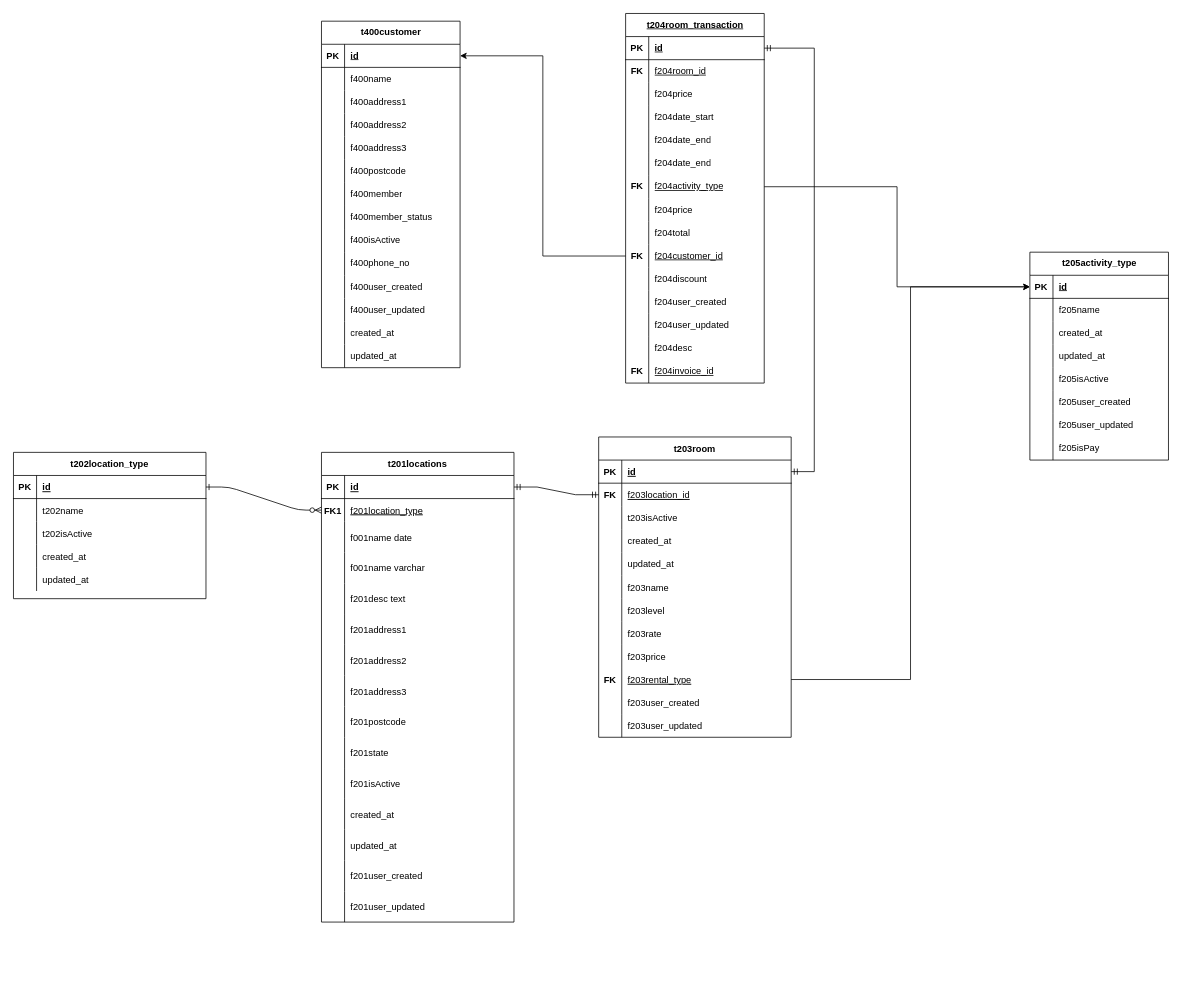
This is page "Rental Activity" (1 of 3) of rentall_app.drawio from harishaikal940322/diagram, a draw.io file, before an edit. Source tidied: cells renumbered, new cells numbered last; positions are measured from the earlier drawing's top-left corner, leaving out a move shared by most shapes. Both pictures are drawn from the tidied source at 77%, with x=0, y=0 at pixel (13, 13).
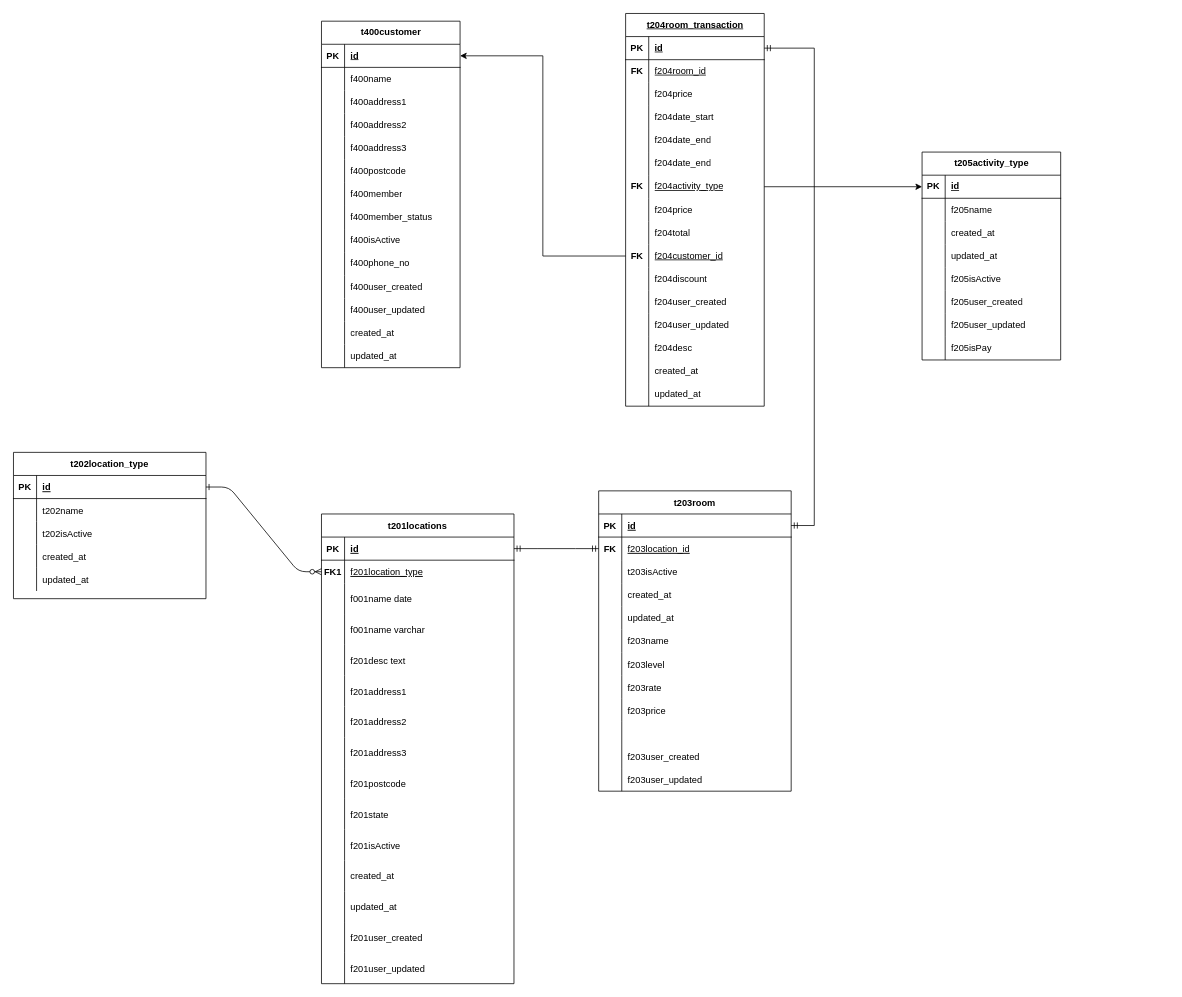
After the change.

Unchanged cells that the change refers to:
```xml
<mxCell id="93" style="shape=partialRectangle;fillColor=none;points=[[0,0.5],[1,0.5]];portConstraint=eastwest;top=0;left=0;right=0;bottom=0;" parent="65" vertex="1">
  <mxGeometry y="300" width="250" height="30" as="geometry" />
</mxCell>
<mxCell id="145" style="shape=tableRow;horizontal=0;startSize=0;swimlaneHead=0;swimlaneBody=0;fillColor=none;top=0;left=0;right=0;bottom=0;" parent="102" vertex="1">
  <mxGeometry y="450" width="180" height="30" as="geometry" />
</mxCell>
<mxCell id="151" style="shape=tableRow;horizontal=0;startSize=0;swimlaneHead=0;swimlaneBody=0;fillColor=none;points=[[0,0.5],[1,0.5]];portConstraint=eastwest;top=0;left=0;right=0;bottom=1;" parent="150" vertex="1">
  <mxGeometry y="30" width="180" height="30" as="geometry" />
</mxCell>
```

The edit, as a diff of the source:
```diff
@@
     <mxCell id="3" value="t201locations" style="shape=table;startSize=30;childLayout=tableLayout;rowLines=0;fontStyle=1;align=center;" parent="1" vertex="1">
-      <mxGeometry x="400" y="570" width="250" height="610" as="geometry" />
+      <mxGeometry x="400" y="650" width="250" height="610" as="geometry" />
     </mxCell>
@@
     <mxCell id="65" value="t203room" style="shape=table;startSize=30;childLayout=tableLayout;rowLines=0;fontStyle=1;align=center;" parent="1" vertex="1">
-      <mxGeometry x="760" y="550" width="250" height="390" as="geometry" />
+      <mxGeometry x="760" y="620" width="250" height="390" as="geometry" />
     </mxCell>
@@
-    <mxCell id="94" value="FK" style="shape=partialRectangle;overflow=hidden;fillColor=none;top=0;left=0;bottom=0;right=0;fontStyle=1;" parent="93" vertex="1">
+    <mxCell id="94" style="shape=partialRectangle;overflow=hidden;fillColor=none;top=0;left=0;bottom=0;right=0;fontStyle=1;" parent="93" vertex="1">
       <mxGeometry width="30" height="30" as="geometry" />
     </mxCell>
-    <mxCell id="95" value="f203rental_type" style="shape=partialRectangle;overflow=hidden;fillColor=none;top=0;left=0;bottom=0;right=0;align=left;spacingLeft=6;fontStyle=4;" parent="93" vertex="1">
+    <mxCell id="95" style="shape=partialRectangle;overflow=hidden;fillColor=none;top=0;left=0;bottom=0;right=0;align=left;spacingLeft=6;fontStyle=4;" parent="93" vertex="1">
       <mxGeometry x="30" width="220" height="30" as="geometry" />
     </mxCell>
@@
     <mxCell id="102" value="t204room_transaction" style="shape=table;startSize=30;childLayout=tableLayout;rowLines=0;fontStyle=5;align=center;html=1;" parent="1" vertex="1">
-      <mxGeometry x="795" width="180" height="480" as="geometry" />
+      <mxGeometry x="795" width="180" height="510" as="geometry" />
     </mxCell>
@@
-    <mxCell id="146" value="&lt;b&gt;FK&lt;/b&gt;" style="shape=partialRectangle;fillColor=none;top=0;left=0;bottom=0;right=0;overflow=hidden;whiteSpace=wrap;html=1;" parent="145" vertex="1">
+    <mxCell id="146" style="shape=partialRectangle;fillColor=none;top=0;left=0;bottom=0;right=0;overflow=hidden;whiteSpace=wrap;html=1;" parent="145" vertex="1">
       <mxGeometry width="30" height="30" as="geometry" />
     </mxCell>
-    <mxCell id="147" value="&lt;u&gt;f204invoice_id&lt;/u&gt;" style="shape=partialRectangle;fillColor=none;top=0;left=0;bottom=0;right=0;align=left;spacingLeft=6;overflow=hidden;whiteSpace=wrap;html=1;fontStyle=0;" parent="145" vertex="1">
+    <mxCell id="147" value="created_at" style="shape=partialRectangle;fillColor=none;top=0;left=0;bottom=0;right=0;align=left;spacingLeft=6;overflow=hidden;whiteSpace=wrap;html=1;fontStyle=0;" parent="145" vertex="1">
       <mxGeometry x="30" width="150" height="30" as="geometry" />
     </mxCell>
+    <mxCell id="221" style="shape=tableRow;horizontal=0;startSize=0;swimlaneHead=0;swimlaneBody=0;fillColor=none;top=0;left=0;right=0;bottom=0;" parent="102" vertex="1">
+      <mxGeometry y="480" width="180" height="30" as="geometry" />
+    </mxCell>
+    <mxCell id="222" style="shape=partialRectangle;fillColor=none;top=0;left=0;bottom=0;right=0;overflow=hidden;whiteSpace=wrap;html=1;" parent="221" vertex="1">
+      <mxGeometry width="30" height="30" as="geometry" />
+    </mxCell>
+    <mxCell id="223" value="updated_at" style="shape=partialRectangle;fillColor=none;top=0;left=0;bottom=0;right=0;align=left;spacingLeft=6;overflow=hidden;whiteSpace=wrap;html=1;fontStyle=0;" parent="221" vertex="1">
+      <mxGeometry x="30" width="150" height="30" as="geometry" />
+    </mxCell>
@@
     <mxCell id="150" value="t205activity_type" style="shape=table;startSize=30;childLayout=tableLayout;rowLines=0;fontStyle=1;align=center;html=1;" parent="1" vertex="1">
-      <mxGeometry x="1320" y="310" width="180" height="270" as="geometry" />
+      <mxGeometry x="1180" y="180" width="180" height="270" as="geometry" />
     </mxCell>
@@
-    <mxCell id="176" style="edgeStyle=orthogonalEdgeStyle;rounded=0;jettySize=auto;html=1;exitX=1;exitY=0.5;exitDx=0;exitDy=0;" parent="1" edge="1" source="93" target="151">
-      <mxGeometry relative="1" as="geometry" />
-    </mxCell>
```
